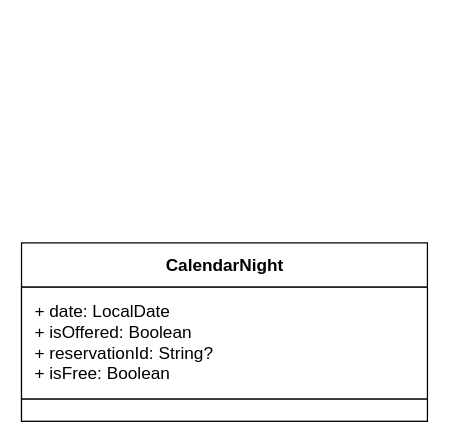
The draw.io diagram page "U3A" (3 of 4) of doc/UML.drawio in CMPUT301F26stderr/stderr-campsbridge, before the edit. Source tidied: cells renumbered, new cells numbered last; positions are measured from the earlier drawing's top-left corner, leaving out a move shared by most shapes. Both pictures are drawn from the tidied source at 123%, with x=0, y=0 at pixel (21, 242).
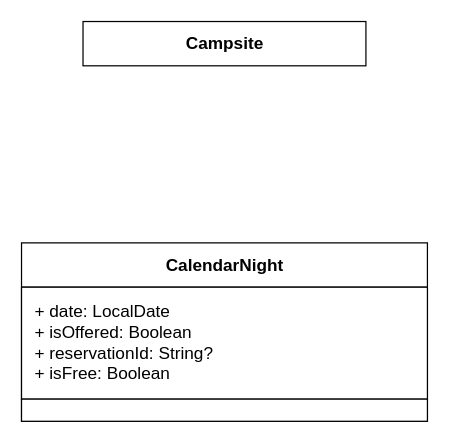
Above is the later version.

What changed in the source:
```diff
@@
 <mxGraphModel>
   <root>
     <mxCell id="0" />
     <mxCell id="1" parent="0" />
     <mxCell id="2" value="&lt;b&gt;CalendarNight&lt;/b&gt;" style="html=1;rounded=0;fontFamily=Arial;fontSize=14;fontColor=#000000;strokeWidth=1;fillColor=#ffffff;strokeColor=#000000;shape=swimlane;startSize=36;swimlaneFillColor=#ffffff;" parent="1" vertex="1">
       <mxGeometry width="330" height="145" as="geometry" />
     </mxCell>
     <mxCell id="3" value="+ date: LocalDate&lt;br&gt;+ isOffered: Boolean&lt;br&gt;+ reservationId: String?&lt;br&gt;+ isFree: Boolean" style="html=1;rounded=0;fontFamily=Arial;fontSize=14;fontColor=#000000;strokeWidth=1;fillColor=#ffffff;strokeColor=#000000;align=left;verticalAlign=top;spacingLeft=9;spacingTop=5;" parent="2" vertex="1">
       <mxGeometry y="36" width="330" height="91" as="geometry" />
     </mxCell>
     <mxCell id="4" style="html=1;rounded=0;fontFamily=Arial;fontSize=14;fontColor=#000000;strokeWidth=1;fillColor=#ffffff;strokeColor=#000000;align=left;verticalAlign=top;spacingLeft=9;spacingTop=5;" parent="2" vertex="1">
       <mxGeometry y="127" width="330" height="18" as="geometry" />
     </mxCell>
+    <mxCell id="5" value="&lt;b&gt;Campsite&lt;/b&gt;" style="html=1;rounded=0;fontFamily=Arial;fontSize=14;fontColor=#000000;strokeWidth=1;fillColor=#ffffff;strokeColor=#000000;" parent="1" vertex="1">
+      <mxGeometry x="50" y="-180" width="230" height="36" as="geometry" />
+    </mxCell>
   </root>
 </mxGraphModel>
```
